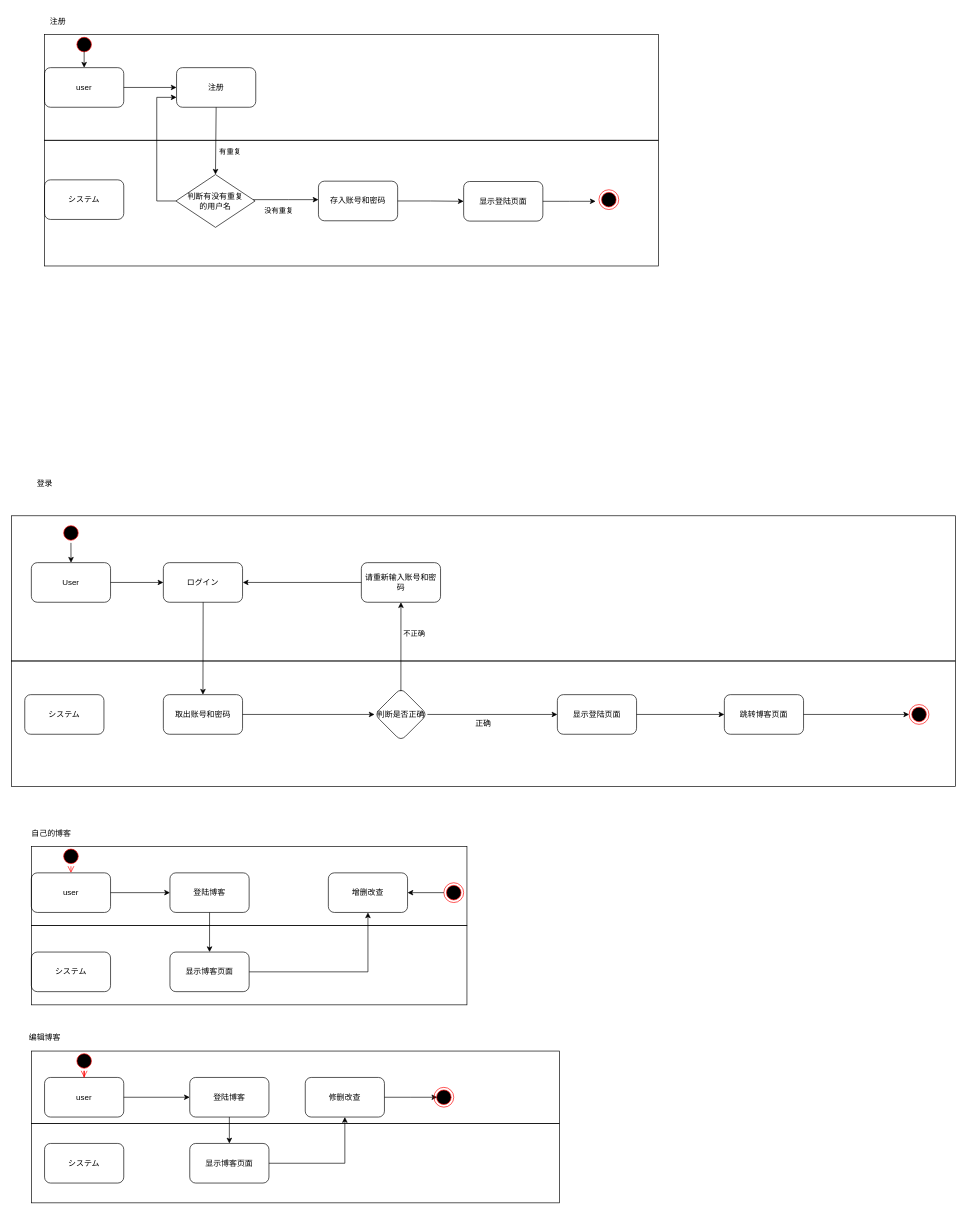
2013liliy/myblog keeps this draw.io diagram as drawio/activities.drawio. Above is the earlier version. Source tidied: cells renumbered, new cells numbered last; positions are measured from the earlier drawing's top-left corner, leaving out a move shared by most shapes. Both pictures are drawn from the tidied source at 66%, with x=0, y=0 at pixel (11, 11).
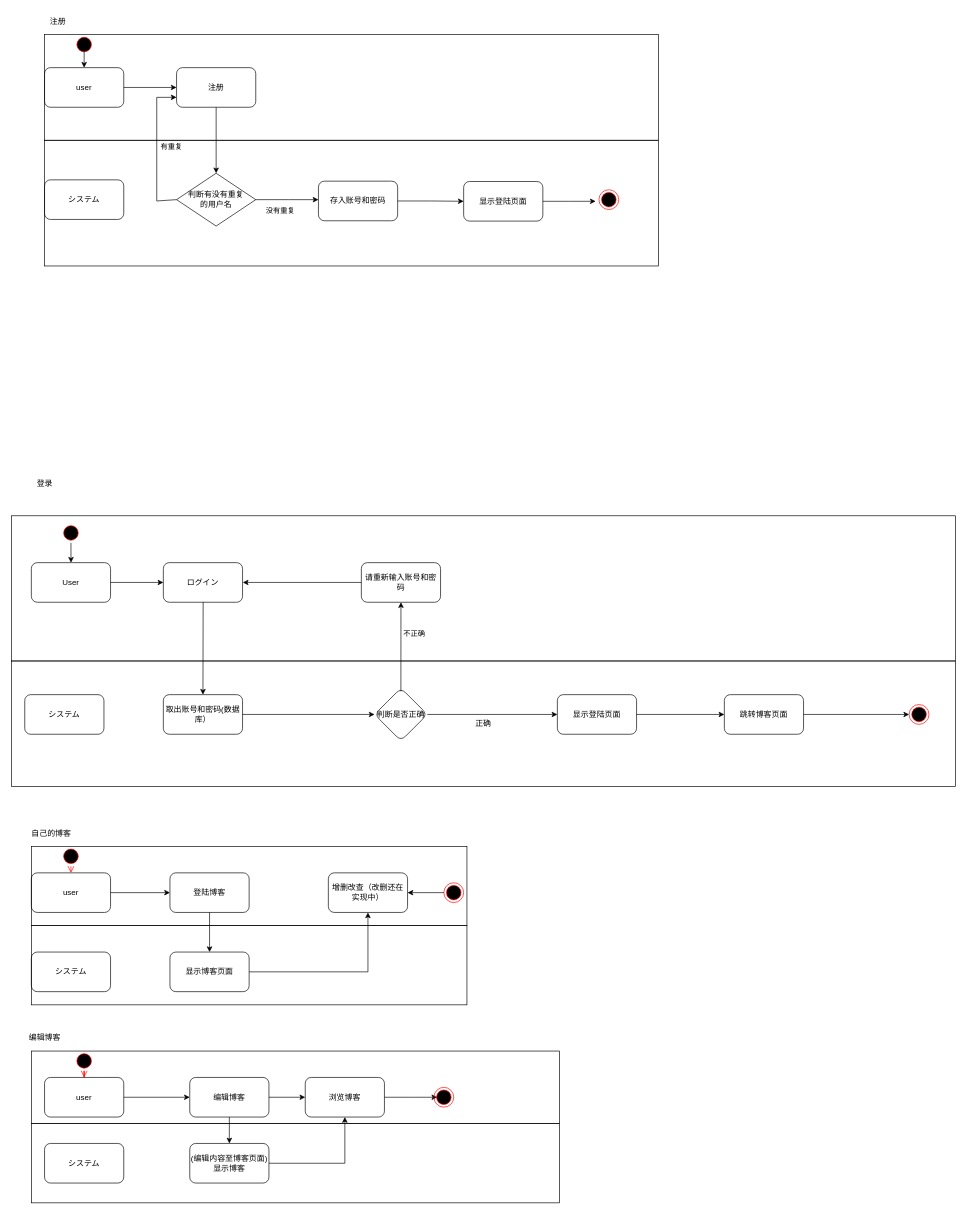
Above is the later version.

Unchanged cells that the change refers to:
```xml
<mxCell id="37" style="endArrow=classic;html=1;rounded=0;exitX=0.5;exitY=1;exitDx=0;exitDy=0;entryX=0.5;entryY=0;entryDx=0;entryDy=0;" parent="1" edge="1" source="24" target="27">
  <mxGeometry relative="1" as="geometry" />
</mxCell>
```

Change to the diagram source:
```diff
@@
-    <mxCell id="11" value="取出账号和密码" style="rounded=1;whiteSpace=wrap;html=1;fillColor=none;" parent="1" vertex="1">
+    <mxCell id="11" value="取出账号和密码(数据库）" style="rounded=1;whiteSpace=wrap;html=1;fillColor=none;" parent="1" vertex="1">
       <mxGeometry x="230" y="1035" width="120" height="60" as="geometry" />
     </mxCell>
@@
     <mxCell id="27" value="判断有没有重复&lt;br&gt;的用户名" style="rhombus;whiteSpace=wrap;html=1;fillColor=none;" parent="1" vertex="1">
-      <mxGeometry x="249" y="247" width="120" height="80" as="geometry" />
+      <mxGeometry x="250" y="245" width="120" height="80" as="geometry" />
     </mxCell>
@@
     <mxCell id="38" value="有重复" style="edgeLabel;html=1;align=center;verticalAlign=middle;" parent="37" vertex="1">
       <mxGeometry x="0.33" relative="1" as="geometry">
-        <mxPoint x="21" as="offset" />
+        <mxPoint x="-69" y="-8" as="offset" />
       </mxGeometry>
     </mxCell>
@@
+    <mxCell id="75" style="edgeStyle=none;html=1;" parent="1" edge="1" source="64" target="70">
+      <mxGeometry relative="1" as="geometry" />
+    </mxCell>
-    <mxCell id="64" value="登陆博客" style="rounded=1;whiteSpace=wrap;html=1;fillColor=none;" parent="1" vertex="1">
+    <mxCell id="64" value="编辑博客" style="rounded=1;whiteSpace=wrap;html=1;fillColor=none;" parent="1" vertex="1">
       <mxGeometry x="270" y="1615" width="120" height="60" as="geometry" />
     </mxCell>
@@
-    <mxCell id="68" value="显示博客页面" style="rounded=1;whiteSpace=wrap;html=1;fillColor=none;" parent="1" vertex="1">
+    <mxCell id="68" value="(编辑内容至博客页面)显示博客" style="rounded=1;whiteSpace=wrap;html=1;fillColor=none;" parent="1" vertex="1">
       <mxGeometry x="270" y="1715" width="120" height="60" as="geometry" />
     </mxCell>
@@
-    <mxCell id="70" value="修删改查" style="rounded=1;whiteSpace=wrap;html=1;fillColor=none;" parent="1" vertex="1">
+    <mxCell id="70" value="浏览博客" style="rounded=1;whiteSpace=wrap;html=1;fillColor=none;" parent="1" vertex="1">
       <mxGeometry x="445" y="1615" width="120" height="60" as="geometry" />
     </mxCell>
@@
-    <mxCell id="72" value="增删改查" style="rounded=1;whiteSpace=wrap;html=1;fillColor=none;" parent="1" vertex="1">
+    <mxCell id="72" value="&lt;span&gt;增删改查（改删还在实现中）&lt;/span&gt;" style="rounded=1;whiteSpace=wrap;html=1;fillColor=none;" parent="1" vertex="1">
       <mxGeometry x="480" y="1305" width="120" height="60" as="geometry" />
     </mxCell>
```
